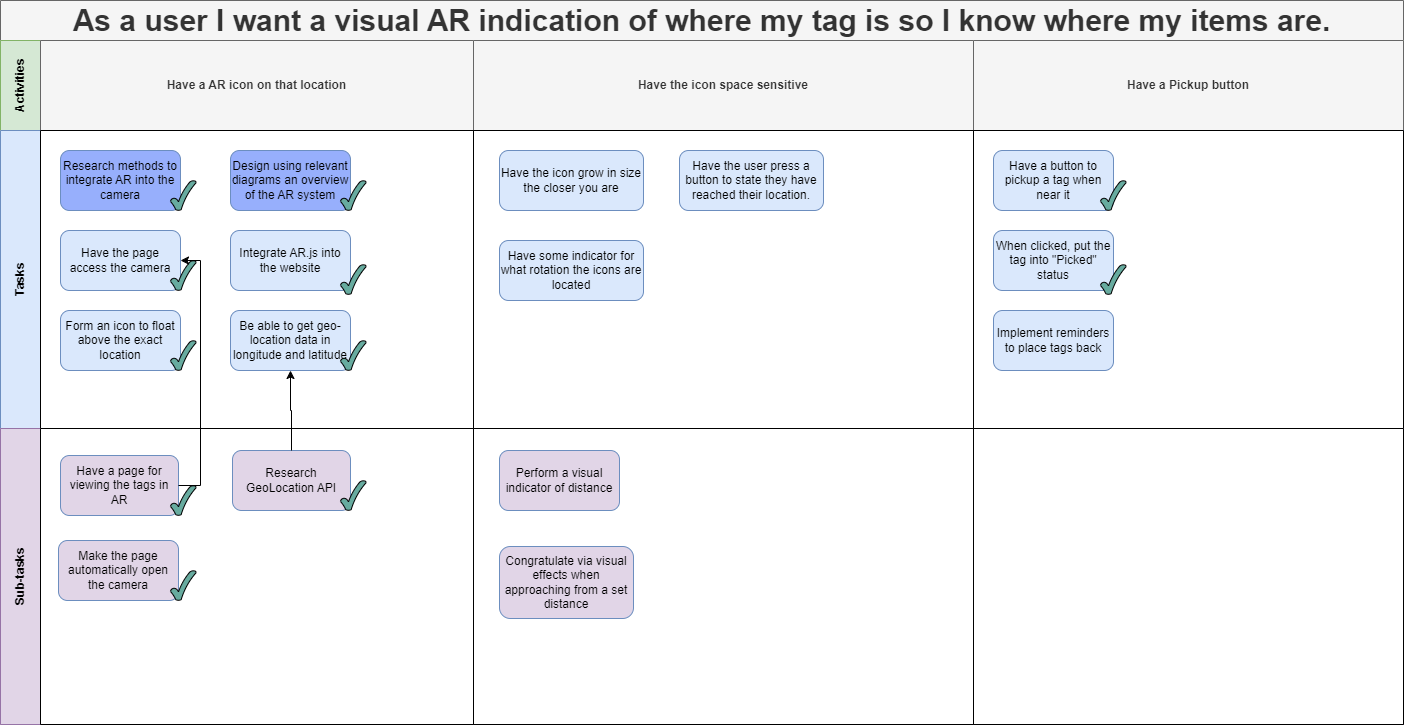
Above: Documentation/Project Diagrams/Story Maps/AR Theme.png in ickeyben123/AR (draw.io), before the change. Source tidied: cells renumbered, new cells last; positions are measured from the earlier drawing's top-left corner, leaving out a move shared by most shapes.
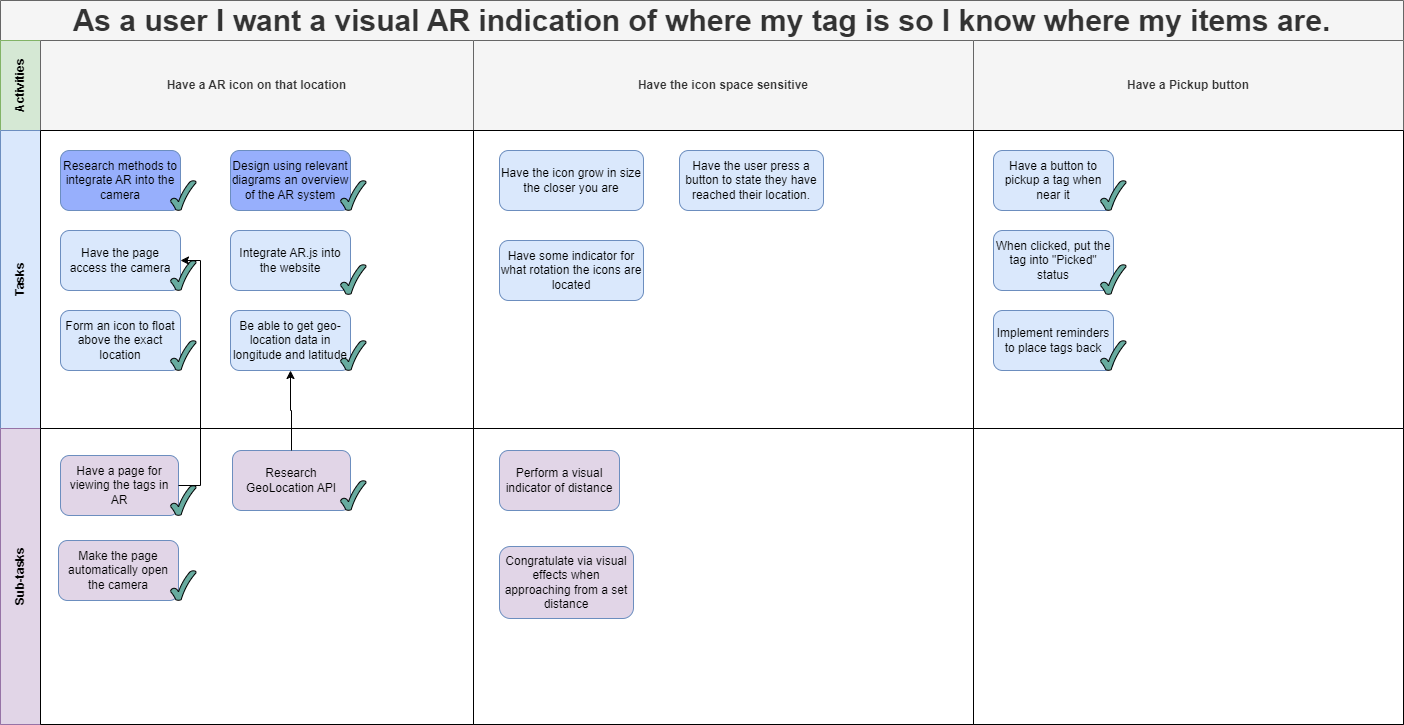
After the commit.

Commit message:
Added new backend diagram & Sprint 12 retrospective.

Change to the diagram source:
```diff
@@ -89,6 +89,9 @@
     <mxCell id="30" style="verticalLabelPosition=bottom;verticalAlign=top;html=1;shape=mxgraph.basic.tick;fillColor=#67AB9F;" parent="25" vertex="1">
       <mxGeometry x="127" y="134" width="25.5" height="30" as="geometry" />
     </mxCell>
+    <mxCell id="46" style="verticalLabelPosition=bottom;verticalAlign=top;html=1;shape=mxgraph.basic.tick;fillColor=#67AB9F;" parent="25" vertex="1">
+      <mxGeometry x="127" y="210" width="25.5" height="30" as="geometry" />
+    </mxCell>
     <mxCell id="31" value="Sub-tasks" style="swimlane;horizontal=0;startSize=40;html=1;whiteSpace=wrap;fillColor=#E1D5E7;strokeColor=#9673a6;" parent="2" vertex="1">
       <mxGeometry y="428" width="1403" height="296" as="geometry" />
     </mxCell>
```
